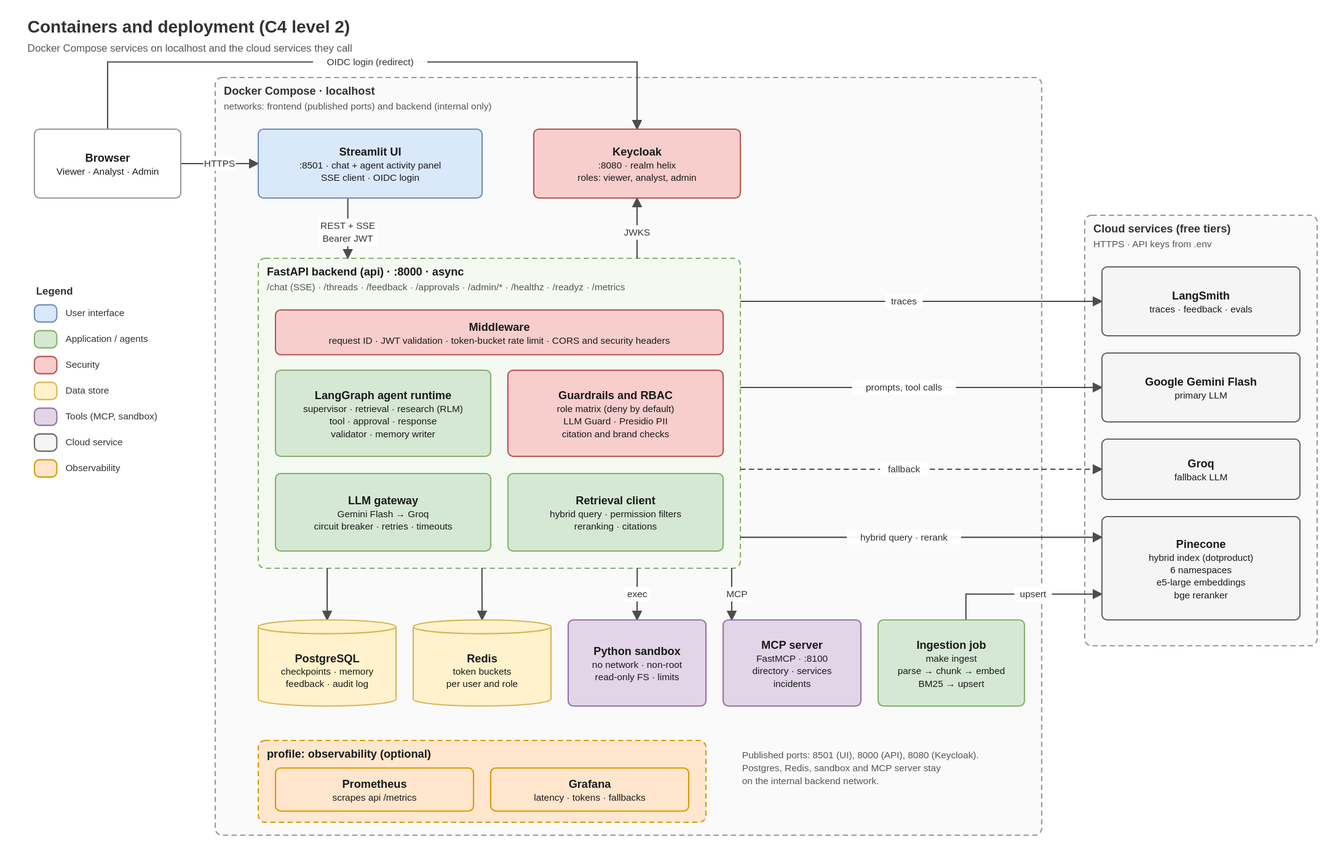
Earlier version of the draw.io export docs/architecture/02-containers.drawio.svg (madukawala/enterprise-knowledge-agent). Source tidied: cells renumbered, new cells last; positions are measured from the earlier drawing's top-left corner, leaving out a move shared by most shapes.
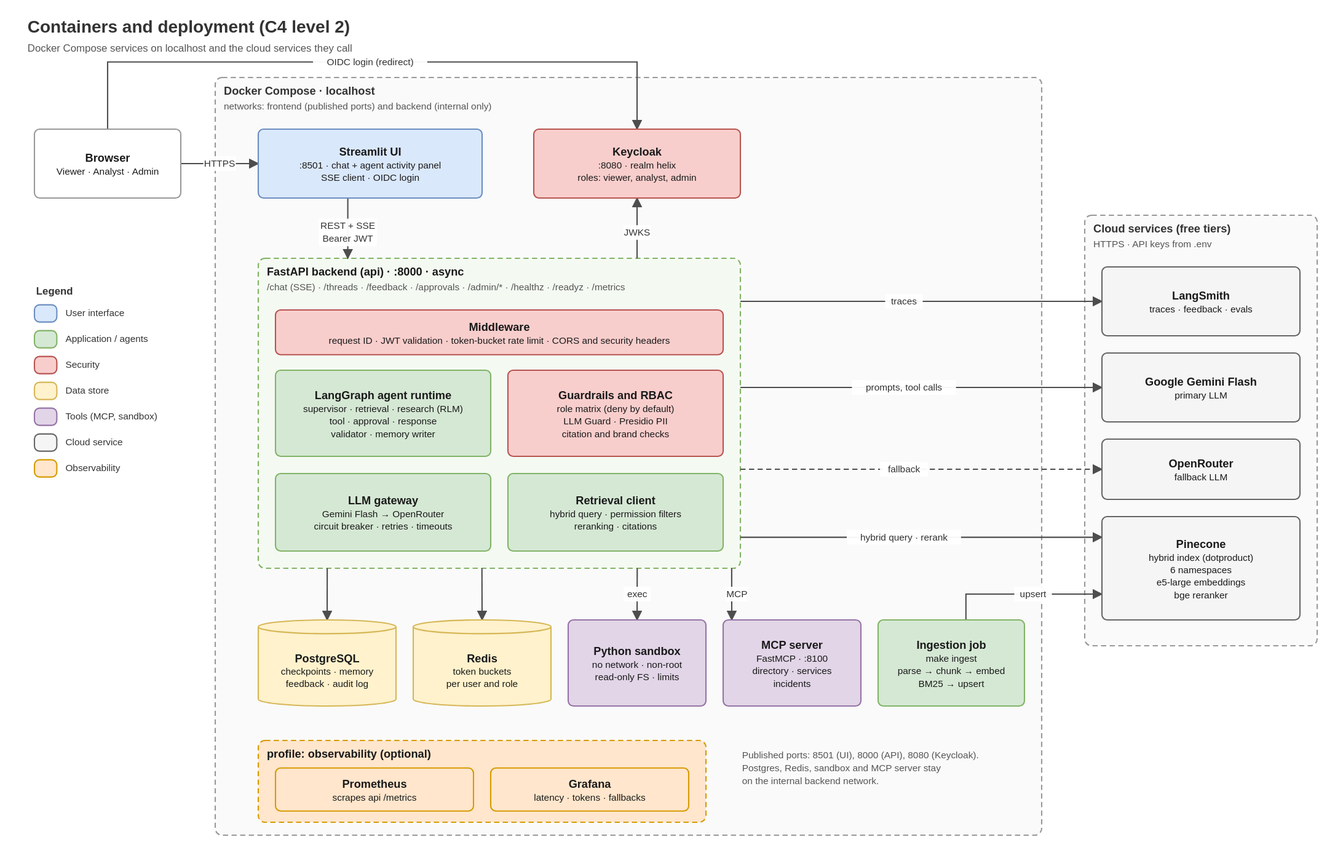
After the change.

Change to the diagram source:
```diff
@@ -38,7 +38,7 @@
     <mxCell id="13" value="&lt;b&gt;Guardrails and RBAC&lt;/b&gt;&lt;br&gt;&lt;span style=&quot;font-size:11px&quot;&gt;role matrix (deny by default)&lt;br&gt;LLM Guard · Presidio PII&lt;br&gt;citation and brand checks&lt;/span&gt;" style="html=1;whiteSpace=wrap;fontFamily=Helvetica;fontSize=13;fontColor=#1A1A1A;rounded=1;absoluteArcSize=1;arcSize=12;fillColor=#F8CECC;strokeColor=#B85450;strokeWidth=1.5;align=center;" parent="1" vertex="1">
       <mxGeometry x="560" y="412" width="250" height="100" as="geometry" />
     </mxCell>
-    <mxCell id="14" value="&lt;b&gt;LLM gateway&lt;/b&gt;&lt;br&gt;&lt;span style=&quot;font-size:11px&quot;&gt;Gemini Flash → Groq&lt;br&gt;circuit breaker · retries · timeouts&lt;/span&gt;" style="html=1;whiteSpace=wrap;fontFamily=Helvetica;fontSize=13;fontColor=#1A1A1A;rounded=1;absoluteArcSize=1;arcSize=12;fillColor=#D5E8D4;strokeColor=#82B366;strokeWidth=1.5;align=center;" parent="1" vertex="1">
+    <mxCell id="14" value="&lt;b&gt;LLM gateway&lt;/b&gt;&lt;br&gt;&lt;span style=&quot;font-size:11px&quot;&gt;Gemini Flash → OpenRouter&lt;br&gt;circuit breaker · retries · timeouts&lt;/span&gt;" style="html=1;whiteSpace=wrap;fontFamily=Helvetica;fontSize=13;fontColor=#1A1A1A;rounded=1;absoluteArcSize=1;arcSize=12;fillColor=#D5E8D4;strokeColor=#82B366;strokeWidth=1.5;align=center;" parent="1" vertex="1">
       <mxGeometry x="290" y="532" width="250" height="90" as="geometry" />
     </mxCell>
     <mxCell id="15" value="&lt;b&gt;Retrieval client&lt;/b&gt;&lt;br&gt;&lt;span style=&quot;font-size:11px&quot;&gt;hybrid query · permission filters&lt;br&gt;reranking · citations&lt;/span&gt;" style="html=1;whiteSpace=wrap;fontFamily=Helvetica;fontSize=13;fontColor=#1A1A1A;rounded=1;absoluteArcSize=1;arcSize=12;fillColor=#D5E8D4;strokeColor=#82B366;strokeWidth=1.5;align=center;" parent="1" vertex="1">
@@ -74,9 +74,9 @@
     <mxCell id="25" value="&lt;b&gt;Google Gemini Flash&lt;/b&gt;&lt;br&gt;&lt;span style=&quot;font-size:11px&quot;&gt;primary LLM&lt;/span&gt;" style="html=1;whiteSpace=wrap;fontFamily=Helvetica;fontSize=13;fontColor=#1A1A1A;rounded=1;absoluteArcSize=1;arcSize=12;fillColor=#F5F5F5;strokeColor=#666666;strokeWidth=1.5;align=center;" parent="1" vertex="1">
       <mxGeometry x="1250" y="392" width="230" height="80" as="geometry" />
     </mxCell>
-    <mxCell id="26" value="&lt;b&gt;Groq&lt;/b&gt;&lt;br&gt;&lt;span style=&quot;font-size:11px&quot;&gt;fallback LLM&lt;/span&gt;" style="html=1;whiteSpace=wrap;fontFamily=Helvetica;fontSize=13;fontColor=#1A1A1A;rounded=1;absoluteArcSize=1;arcSize=12;fillColor=#F5F5F5;strokeColor=#666666;strokeWidth=1.5;align=center;" parent="1" vertex="1">
-      <mxGeometry x="1250" y="492" width="230" height="70" as="geometry" />
-    </mxCell>
+    <mxCell id="56" value="&lt;b&gt;OpenRouter&lt;/b&gt;&lt;br&gt;&lt;span style=&quot;font-size:11px&quot;&gt;fallback LLM&lt;/span&gt;" style="html=1;whiteSpace=wrap;fontFamily=Helvetica;fontSize=13;fontColor=#1A1A1A;rounded=1;absoluteArcSize=1;arcSize=12;fillColor=#F5F5F5;strokeColor=#666666;strokeWidth=1.5;align=center;" parent="1" vertex="1">
+      <mxGeometry x="1250" y="492" width="230" height="70" as="geometry" />
+    </mxCell>
     <mxCell id="27" value="&lt;b&gt;Pinecone&lt;/b&gt;&lt;br&gt;&lt;span style=&quot;font-size:11px&quot;&gt;hybrid index (dotproduct)&lt;br&gt;6 namespaces&lt;br&gt;e5-large embeddings&lt;br&gt;bge reranker&lt;/span&gt;" style="html=1;whiteSpace=wrap;fontFamily=Helvetica;fontSize=13;fontColor=#1A1A1A;rounded=1;absoluteArcSize=1;arcSize=12;fillColor=#F5F5F5;strokeColor=#666666;strokeWidth=1.5;align=center;" parent="1" vertex="1">
       <mxGeometry x="1250" y="582" width="230" height="120" as="geometry" />
     </mxCell>
@@ -162,7 +162,7 @@
     <mxCell id="52" value="prompts, tool calls" style="edgeStyle=none;rounded=0;html=1;fontFamily=Helvetica;fontSize=11;fontColor=#333333;labelBackgroundColor=#FFFFFF;strokeColor=#4D4D4D;strokeWidth=1.5;endArrow=block;endFill=1;endSize=7;exitX=1;exitY=0.4167;exitDx=0;exitDy=0;entryX=0;entryY=0.5;entryDx=0;entryDy=0;" parent="1" edge="1" source="3" target="25">
       <mxGeometry x="-0.1" relative="1" as="geometry" />
     </mxCell>
-    <mxCell id="53" value="fallback" style="edgeStyle=none;rounded=0;html=1;fontFamily=Helvetica;fontSize=11;fontColor=#333333;labelBackgroundColor=#FFFFFF;strokeColor=#4D4D4D;strokeWidth=1.5;endArrow=block;endFill=1;endSize=7;exitX=1;exitY=0.6806;exitDx=0;exitDy=0;entryX=0;entryY=0.5;entryDx=0;entryDy=0;dashed=1;dashPattern=6 4;" parent="1" edge="1" source="3" target="26">
+    <mxCell id="53" value="fallback" style="edgeStyle=none;rounded=0;html=1;fontFamily=Helvetica;fontSize=11;fontColor=#333333;labelBackgroundColor=#FFFFFF;strokeColor=#4D4D4D;strokeWidth=1.5;endArrow=block;endFill=1;endSize=7;exitX=1;exitY=0.6806;exitDx=0;exitDy=0;entryX=0;entryY=0.5;entryDx=0;entryDy=0;dashed=1;dashPattern=6 4;" parent="1" edge="1" source="3" target="56">
       <mxGeometry x="-0.1" relative="1" as="geometry" />
     </mxCell>
     <mxCell id="54" value="hybrid query · rerank" style="edgeStyle=none;rounded=0;html=1;fontFamily=Helvetica;fontSize=11;fontColor=#333333;labelBackgroundColor=#FFFFFF;strokeColor=#4D4D4D;strokeWidth=1.5;endArrow=block;endFill=1;endSize=7;exitX=1;exitY=0.9;exitDx=0;exitDy=0;entryX=0;entryY=0.2;entryDx=0;entryDy=0;" parent="1" edge="1" source="3" target="27">
```
